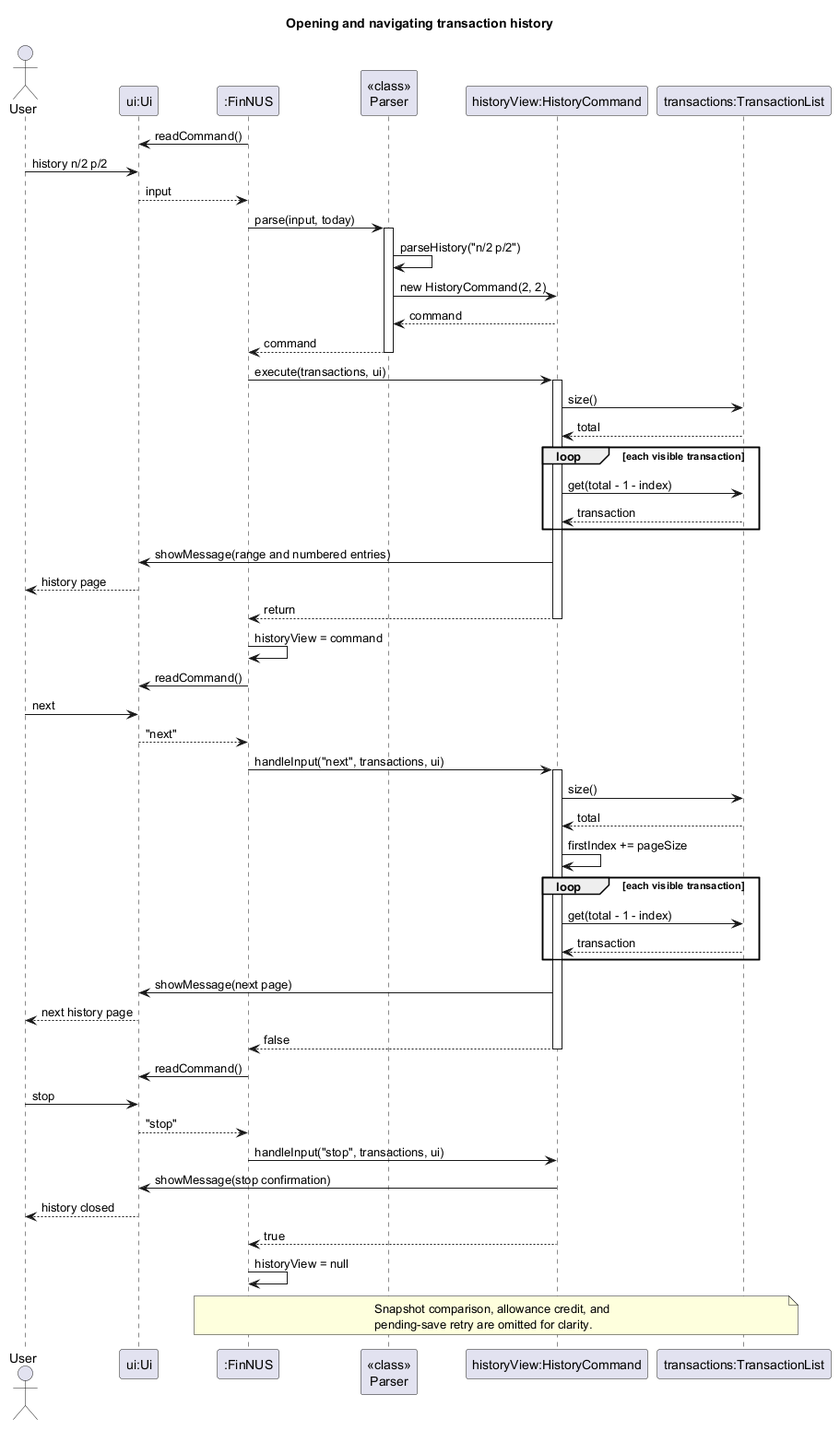
Above: docs/images/HistorySequenceDiagram.png in AY2627S1-CS2113-W13-2/tp (PlantUML), before the change.
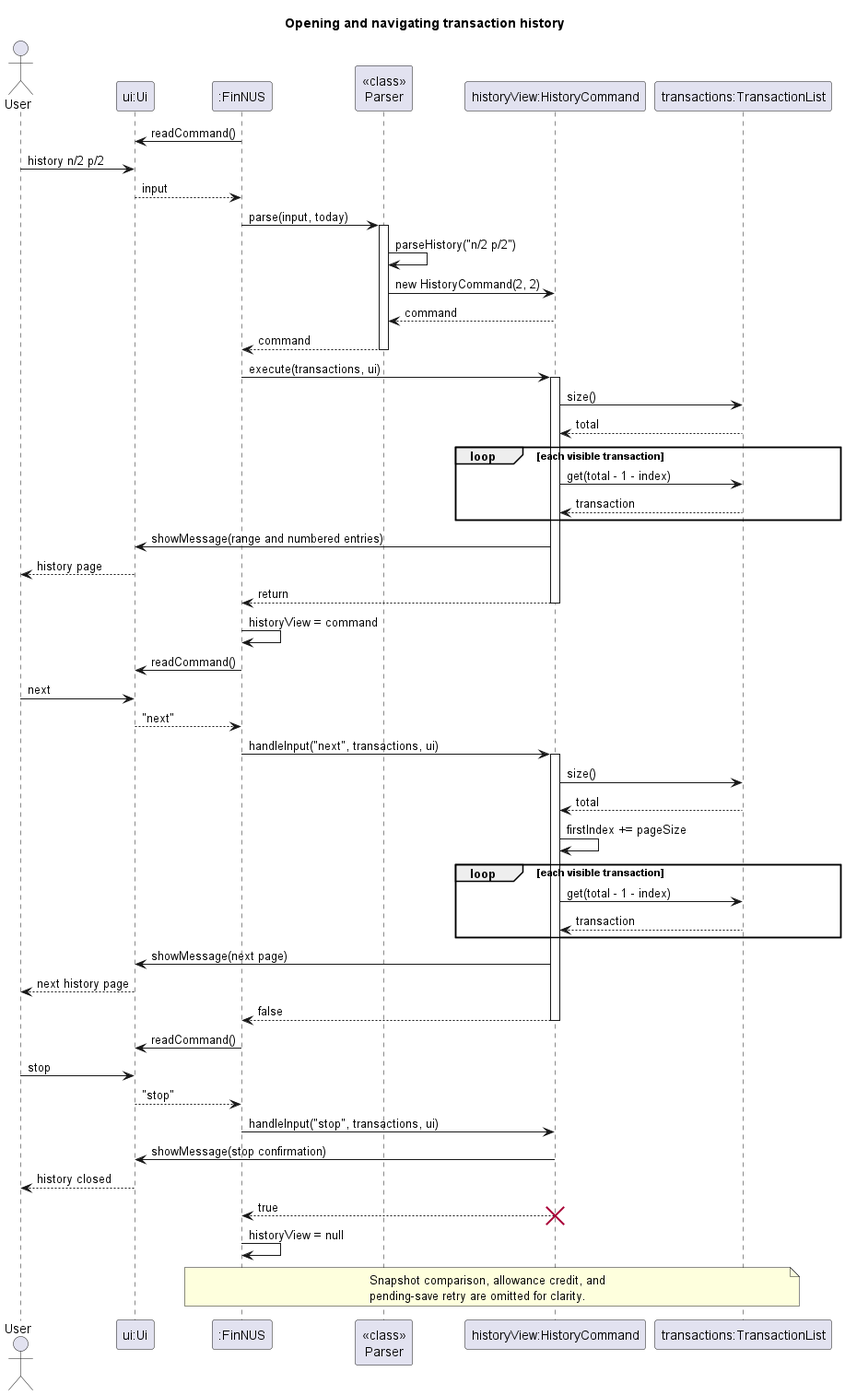
After the commit.

Commit message:
Add destroy symbol for HistoryCommand

What changed in the source:
```diff
@@ -57,6 +57,7 @@
 History -> Ui: showMessage(stop confirmation)
 Ui --> User: history closed
 History --> App: true
+destroy History
 App -> App: historyView = null
 
 note over App, Ledger
```
